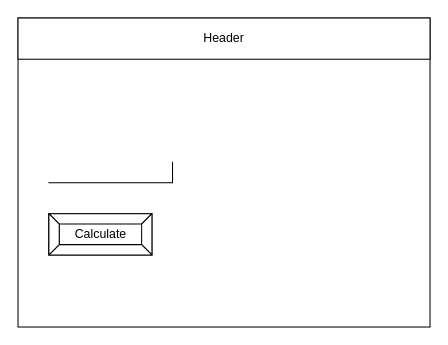
Earlier version of the draw.io diagram design/story-board.drawio (Alex-Nelson-1/ICS2O-UNIT6-02-COOKIE-CLICKER). Source tidied: cells renumbered, new cells numbered last; positions are measured from the earlier drawing's top-left corner, leaving out a move shared by most shapes. Both pictures are drawn from the tidied source at 103%, with x=0, y=0 at pixel (18, 18).
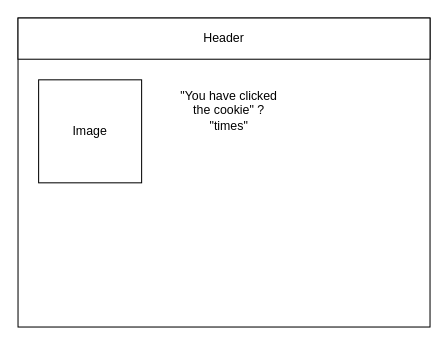
After the change.

Commit message (it also covers changes not shown here):
FLow chart an dstory board

The edit, as a diff of the source:
```diff
@@
 <mxGraphModel>
   <root>
     <mxCell id="0" />
     <mxCell id="1" parent="0" />
     <mxCell id="2" style="rounded=0;whiteSpace=wrap;html=1;" parent="1" vertex="1">
       <mxGeometry width="400" height="300" as="geometry" />
     </mxCell>
     <mxCell id="3" value="Header" style="rounded=0;whiteSpace=wrap;html=1;" parent="1" vertex="1">
       <mxGeometry width="400" height="40" as="geometry" />
     </mxCell>
-    <mxCell id="4" style="shape=partialRectangle;whiteSpace=wrap;html=1;top=0;left=0;fillColor=none;" parent="1" vertex="1">
-      <mxGeometry x="30" y="140" width="120" height="20" as="geometry" />
-    </mxCell>
-    <mxCell id="5" value="Calculate" style="labelPosition=center;verticalLabelPosition=middle;align=center;html=1;shape=mxgraph.basic.button;dx=10;" parent="1" vertex="1">
-      <mxGeometry x="30" y="190" width="100" height="40" as="geometry" />
+    <mxCell id="5" value="Image" style="whiteSpace=wrap;html=1;" parent="1" vertex="1">
+      <mxGeometry x="20" y="60" width="100" height="100" as="geometry" />
     </mxCell>
+    <mxCell id="6" value="&quot;You have clicked the cookie&quot; ? &quot;times&quot;" style="text;html=1;strokeColor=none;fillColor=none;align=center;verticalAlign=middle;whiteSpace=wrap;rounded=0;" parent="1" vertex="1">
+      <mxGeometry x="150" y="70" width="110" height="40" as="geometry" />
+    </mxCell>
   </root>
 </mxGraphModel>
```
